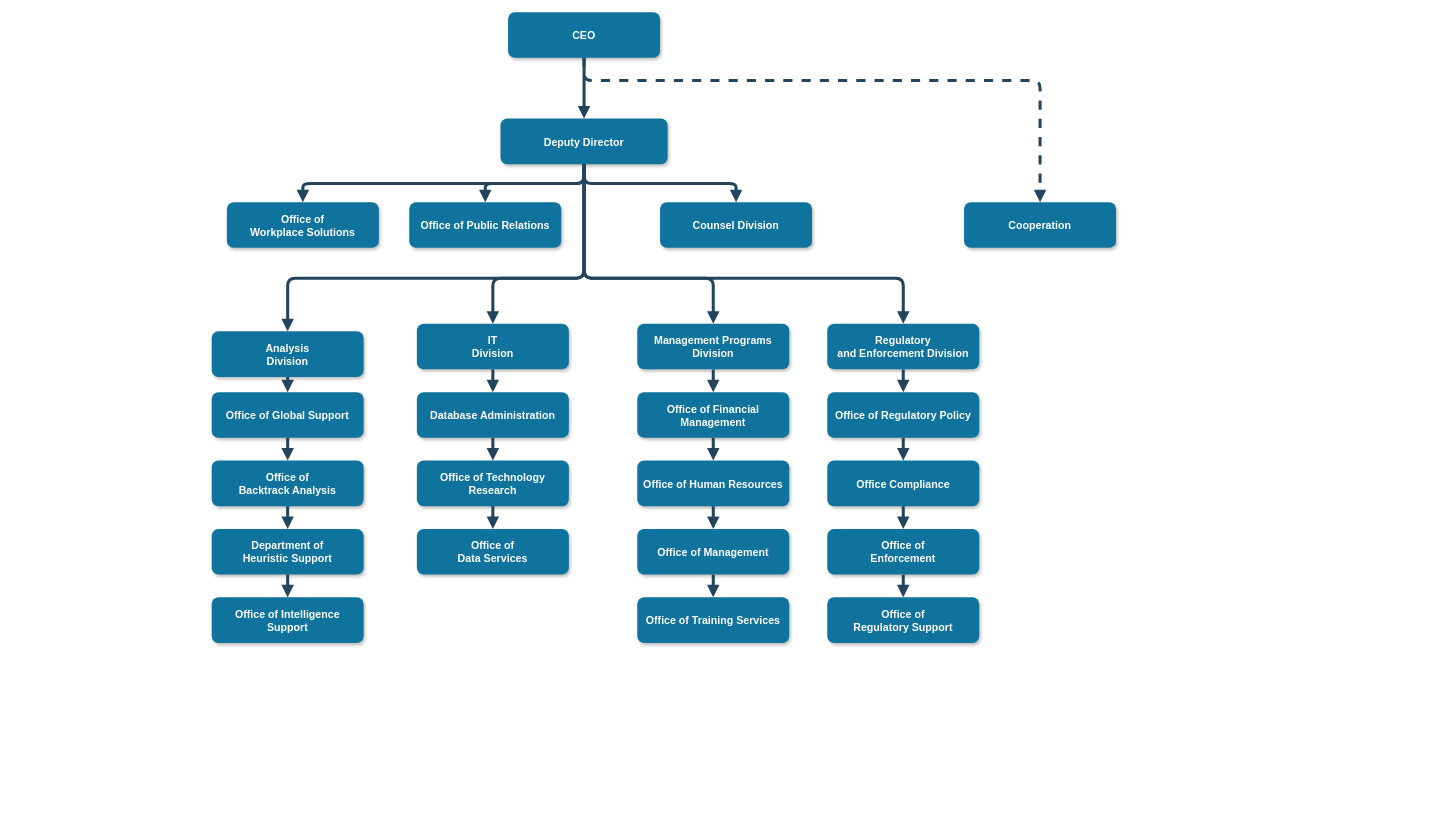
Earlier version of the draw.io diagram 题库pk小程序.drawio (jensen1404ai-bit/Draw.io). Source tidied: cells renumbered, new cells numbered last; positions are measured from the earlier drawing's top-left corner, leaving out a move shared by most shapes. Both pictures are drawn from the tidied source at 76%, with x=0, y=0 at pixel (211, 12).
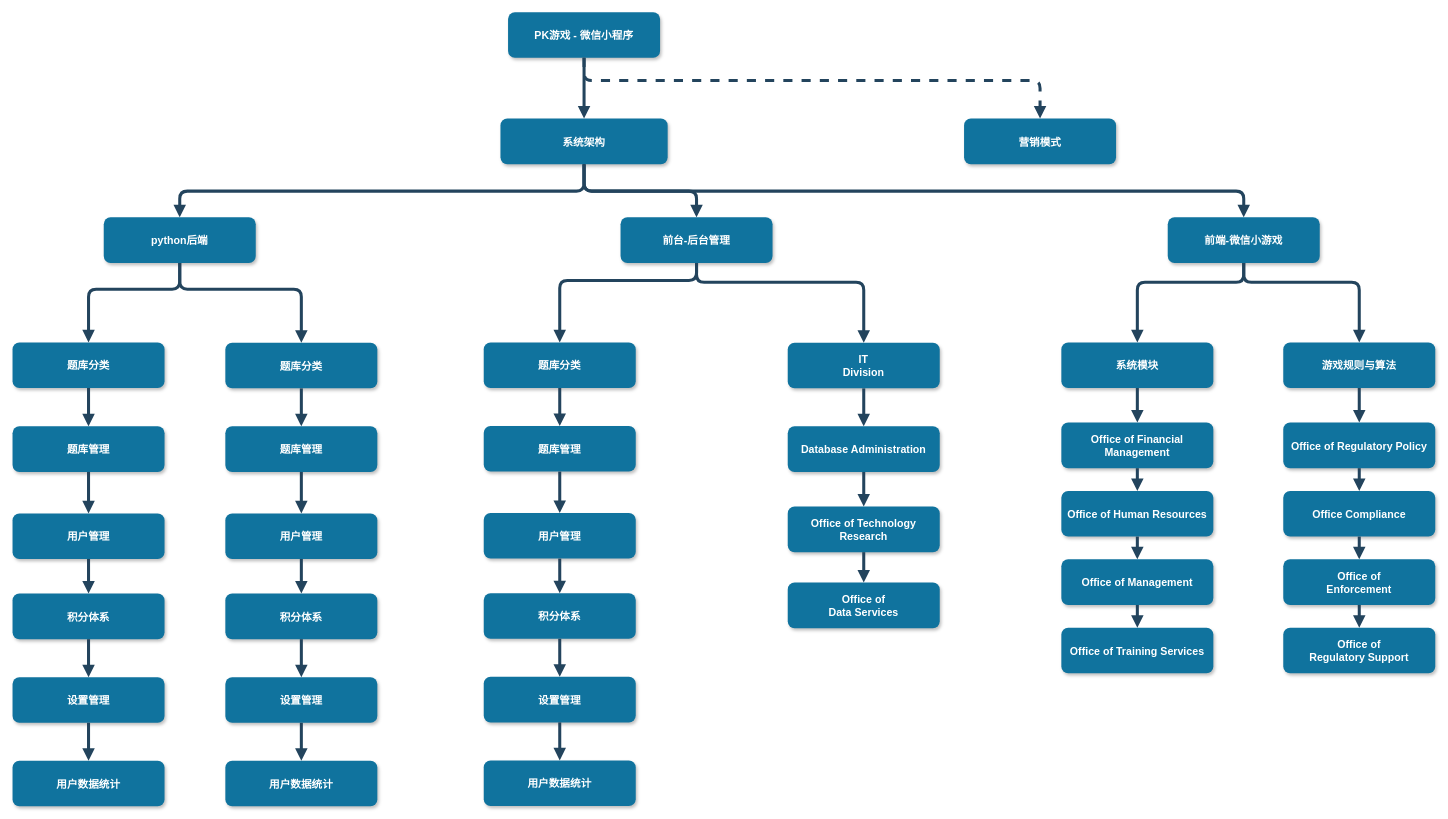
Above is the later version.

Commit message:
更新题库pk小程序.drawio

Change to the diagram source:
```diff
@@
-    <mxCell id="2" value="CEO" style="rounded=1;fillColor=#10739E;strokeColor=none;shadow=1;gradientColor=none;fontStyle=1;fontColor=#FFFFFF;fontSize=14;" parent="1" vertex="1">
+    <mxCell id="2" value="PK游戏 - 微信小程序" style="rounded=1;fillColor=#10739E;strokeColor=none;shadow=1;gradientColor=none;fontStyle=1;fontColor=#FFFFFF;fontSize=14;" parent="1" vertex="1">
       <mxGeometry x="390" y="-0.5" width="200" height="60" as="geometry" />
     </mxCell>
-    <mxCell id="3" value="Deputy Director" style="rounded=1;fillColor=#10739E;strokeColor=none;shadow=1;gradientColor=none;fontStyle=1;fontColor=#FFFFFF;fontSize=14;" parent="1" vertex="1">
+    <mxCell id="3" value="系统架构" style="rounded=1;fillColor=#10739E;strokeColor=none;shadow=1;gradientColor=none;fontStyle=1;fontColor=#FFFFFF;fontSize=14;" parent="1" vertex="1">
       <mxGeometry x="380" y="139.5" width="220" height="60" as="geometry" />
     </mxCell>
-    <mxCell id="4" value="Office of &#10;Workplace Solutions" style="rounded=1;fillColor=#10739E;strokeColor=none;shadow=1;gradientColor=none;fontStyle=1;fontColor=#FFFFFF;fontSize=14;" parent="1" vertex="1">
-      <mxGeometry x="20" y="249.5" width="200" height="60" as="geometry" />
+    <mxCell id="4" value="python后端" style="rounded=1;fillColor=#10739E;strokeColor=none;shadow=1;gradientColor=none;fontStyle=1;fontColor=#FFFFFF;fontSize=14;" parent="1" vertex="1">
+      <mxGeometry x="-142" y="269.5" width="200" height="60" as="geometry" />
     </mxCell>
-    <mxCell id="5" value="Office of Public Relations" style="rounded=1;fillColor=#10739E;strokeColor=none;shadow=1;gradientColor=none;fontStyle=1;fontColor=#FFFFFF;fontSize=14;" parent="1" vertex="1">
-      <mxGeometry x="260" y="249.5" width="200" height="60" as="geometry" />
+    <mxCell id="5" value="前台-后台管理" style="rounded=1;fillColor=#10739E;strokeColor=none;shadow=1;gradientColor=none;fontStyle=1;fontColor=#FFFFFF;fontSize=14;" parent="1" vertex="1">
+      <mxGeometry x="538" y="269.5" width="200" height="60" as="geometry" />
     </mxCell>
-    <mxCell id="6" value="Counsel Division" style="rounded=1;fillColor=#10739E;strokeColor=none;shadow=1;gradientColor=none;fontStyle=1;fontColor=#FFFFFF;fontSize=14;" parent="1" vertex="1">
-      <mxGeometry x="590" y="249.5" width="200" height="60" as="geometry" />
+    <mxCell id="6" value="前端-微信小游戏" style="rounded=1;fillColor=#10739E;strokeColor=none;shadow=1;gradientColor=none;fontStyle=1;fontColor=#FFFFFF;fontSize=14;" parent="1" vertex="1">
+      <mxGeometry x="1258" y="269.5" width="200" height="60" as="geometry" />
     </mxCell>
-    <mxCell id="7" value="Cooperation" style="rounded=1;fillColor=#10739E;strokeColor=none;shadow=1;gradientColor=none;fontStyle=1;fontColor=#FFFFFF;fontSize=14;" parent="1" vertex="1">
-      <mxGeometry x="990" y="249.5" width="200" height="60" as="geometry" />
+    <mxCell id="7" value="营销模式" style="rounded=1;fillColor=#10739E;strokeColor=none;shadow=1;gradientColor=none;fontStyle=1;fontColor=#FFFFFF;fontSize=14;" parent="1" vertex="1">
+      <mxGeometry x="990" y="139.5" width="200" height="60" as="geometry" />
     </mxCell>
-    <mxCell id="8" value="Analysis &#10;Division" style="rounded=1;fillColor=#10739E;strokeColor=none;shadow=1;gradientColor=none;fontStyle=1;fontColor=#FFFFFF;fontSize=14;" parent="1" vertex="1">
-      <mxGeometry y="419.5" width="200" height="60" as="geometry" />
+    <mxCell id="8" value="题库分类" style="rounded=1;fillColor=#10739E;strokeColor=none;shadow=1;gradientColor=none;fontStyle=1;fontColor=#FFFFFF;fontSize=14;" parent="1" vertex="1">
+      <mxGeometry x="-262" y="434" width="200" height="60" as="geometry" />
     </mxCell>
-    <mxCell id="9" value="Office of Global Support" style="rounded=1;fillColor=#10739E;strokeColor=none;shadow=1;gradientColor=none;fontStyle=1;fontColor=#FFFFFF;fontSize=14;" parent="1" vertex="1">
-      <mxGeometry y="499.5" width="200" height="60" as="geometry" />
+    <mxCell id="9" value="题库管理" style="rounded=1;fillColor=#10739E;strokeColor=none;shadow=1;gradientColor=none;fontStyle=1;fontColor=#FFFFFF;fontSize=14;" parent="1" vertex="1">
+      <mxGeometry x="-262" y="544.5" width="200" height="60" as="geometry" />
     </mxCell>
-    <mxCell id="10" value="Office of &#10;Backtrack Analysis" style="rounded=1;fillColor=#10739E;strokeColor=none;shadow=1;gradientColor=none;fontStyle=1;fontColor=#FFFFFF;fontSize=14;" parent="1" vertex="1">
-      <mxGeometry y="589.5" width="200" height="60" as="geometry" />
+    <mxCell id="10" value="用户管理" style="rounded=1;fillColor=#10739E;strokeColor=none;shadow=1;gradientColor=none;fontStyle=1;fontColor=#FFFFFF;fontSize=14;" parent="1" vertex="1">
+      <mxGeometry x="-262" y="659" width="200" height="60" as="geometry" />
     </mxCell>
-    <mxCell id="11" value="Department of &#10;Heuristic Support" style="rounded=1;fillColor=#10739E;strokeColor=none;shadow=1;gradientColor=none;fontStyle=1;fontColor=#FFFFFF;fontSize=14;" parent="1" vertex="1">
-      <mxGeometry y="679.5" width="200" height="60" as="geometry" />
+    <mxCell id="11" value="积分体系" style="rounded=1;fillColor=#10739E;strokeColor=none;shadow=1;gradientColor=none;fontStyle=1;fontColor=#FFFFFF;fontSize=14;" parent="1" vertex="1">
+      <mxGeometry x="-262" y="764.5" width="200" height="60" as="geometry" />
     </mxCell>
-    <mxCell id="12" value="Office of Intelligence &#10;Support" style="rounded=1;fillColor=#10739E;strokeColor=none;shadow=1;gradientColor=none;fontStyle=1;fontColor=#FFFFFF;fontSize=14;" parent="1" vertex="1">
-      <mxGeometry y="769.5" width="200" height="60" as="geometry" />
+    <mxCell id="12" value="设置管理" style="rounded=1;fillColor=#10739E;strokeColor=none;shadow=1;gradientColor=none;fontStyle=1;fontColor=#FFFFFF;fontSize=14;" parent="1" vertex="1">
+      <mxGeometry x="-262" y="874.5" width="200" height="60" as="geometry" />
     </mxCell>
     <mxCell id="13" value="IT&#10;Division" style="rounded=1;fillColor=#10739E;strokeColor=none;shadow=1;gradientColor=none;fontStyle=1;fontColor=#FFFFFF;fontSize=14;" parent="1" vertex="1">
-      <mxGeometry x="270" y="409.5" width="200" height="60" as="geometry" />
+      <mxGeometry x="758" y="434.5" width="200" height="60" as="geometry" />
     </mxCell>
     <mxCell id="14" value="Database Administration" style="rounded=1;fillColor=#10739E;strokeColor=none;shadow=1;gradientColor=none;fontStyle=1;fontColor=#FFFFFF;fontSize=14;" parent="1" vertex="1">
-      <mxGeometry x="270" y="499.5" width="200" height="60" as="geometry" />
+      <mxGeometry x="758" y="544.5" width="200" height="60" as="geometry" />
     </mxCell>
     <mxCell id="15" value="Office of Technology &#10;Research" style="rounded=1;fillColor=#10739E;strokeColor=none;shadow=1;gradientColor=none;fontStyle=1;fontColor=#FFFFFF;fontSize=14;" parent="1" vertex="1">
-      <mxGeometry x="270" y="589.5" width="200" height="60" as="geometry" />
+      <mxGeometry x="758" y="650" width="200" height="60" as="geometry" />
     </mxCell>
     <mxCell id="16" value="Office of&#10;Data Services" style="rounded=1;fillColor=#10739E;strokeColor=none;shadow=1;gradientColor=none;fontStyle=1;fontColor=#FFFFFF;fontSize=14;" parent="1" vertex="1">
-      <mxGeometry x="270" y="679.5" width="200" height="60" as="geometry" />
+      <mxGeometry x="758" y="750" width="200" height="60" as="geometry" />
     </mxCell>
-    <mxCell id="17" value="Management Programs &#10;Division" style="rounded=1;fillColor=#10739E;strokeColor=none;shadow=1;gradientColor=none;fontStyle=1;fontColor=#FFFFFF;fontSize=14;" parent="1" vertex="1">
-      <mxGeometry x="560" y="409.5" width="200" height="60" as="geometry" />
+    <mxCell id="17" value="系统模块" style="rounded=1;fillColor=#10739E;strokeColor=none;shadow=1;gradientColor=none;fontStyle=1;fontColor=#FFFFFF;fontSize=14;" parent="1" vertex="1">
+      <mxGeometry x="1118" y="434" width="200" height="60" as="geometry" />
     </mxCell>
     <mxCell id="18" value="Office of Financial &#10;Management" style="rounded=1;fillColor=#10739E;strokeColor=none;shadow=1;gradientColor=none;fontStyle=1;fontColor=#FFFFFF;fontSize=14;" parent="1" vertex="1">
-      <mxGeometry x="560" y="499.5" width="200" height="60" as="geometry" />
+      <mxGeometry x="1118" y="539.5" width="200" height="60" as="geometry" />
     </mxCell>
     <mxCell id="19" value="Office of Human Resources" style="rounded=1;fillColor=#10739E;strokeColor=none;shadow=1;gradientColor=none;fontStyle=1;fontColor=#FFFFFF;fontSize=14;" parent="1" vertex="1">
-      <mxGeometry x="560" y="589.5" width="200" height="60" as="geometry" />
+      <mxGeometry x="1118" y="629.5" width="200" height="60" as="geometry" />
     </mxCell>
     <mxCell id="20" value="Office of Management " style="rounded=1;fillColor=#10739E;strokeColor=none;shadow=1;gradientColor=none;fontStyle=1;fontColor=#FFFFFF;fontSize=14;" parent="1" vertex="1">
-      <mxGeometry x="560" y="679.5" width="200" height="60" as="geometry" />
+      <mxGeometry x="1118" y="719.5" width="200" height="60" as="geometry" />
     </mxCell>
     <mxCell id="21" value="Office of Training Services" style="rounded=1;fillColor=#10739E;strokeColor=none;shadow=1;gradientColor=none;fontStyle=1;fontColor=#FFFFFF;fontSize=14;" parent="1" vertex="1">
-      <mxGeometry x="560" y="769.5" width="200" height="60" as="geometry" />
+      <mxGeometry x="1118" y="809.5" width="200" height="60" as="geometry" />
     </mxCell>
-    <mxCell id="22" value="Regulatory &#10;and Enforcement Division" style="rounded=1;fillColor=#10739E;strokeColor=none;shadow=1;gradientColor=none;fontStyle=1;fontColor=#FFFFFF;fontSize=14;" parent="1" vertex="1">
-      <mxGeometry x="810" y="409.5" width="200" height="60" as="geometry" />
+    <mxCell id="22" value="游戏规则与算法" style="rounded=1;fillColor=#10739E;strokeColor=none;shadow=1;gradientColor=none;fontStyle=1;fontColor=#FFFFFF;fontSize=14;" parent="1" vertex="1">
+      <mxGeometry x="1410" y="434" width="200" height="60" as="geometry" />
     </mxCell>
     <mxCell id="23" value="Office of Regulatory Policy" style="rounded=1;fillColor=#10739E;strokeColor=none;shadow=1;gradientColor=none;fontStyle=1;fontColor=#FFFFFF;fontSize=14;" parent="1" vertex="1">
-      <mxGeometry x="810" y="499.5" width="200" height="60" as="geometry" />
+      <mxGeometry x="1410" y="539.5" width="200" height="60" as="geometry" />
     </mxCell>
     <mxCell id="24" value="Office Compliance" style="rounded=1;fillColor=#10739E;strokeColor=none;shadow=1;gradientColor=none;fontStyle=1;fontColor=#FFFFFF;fontSize=14;" parent="1" vertex="1">
-      <mxGeometry x="810" y="589.5" width="200" height="60" as="geometry" />
+      <mxGeometry x="1410" y="629.5" width="200" height="60" as="geometry" />
     </mxCell>
     <mxCell id="25" value="Office of &#10;Enforcement" style="rounded=1;fillColor=#10739E;strokeColor=none;shadow=1;gradientColor=none;fontStyle=1;fontColor=#FFFFFF;fontSize=14;" parent="1" vertex="1">
-      <mxGeometry x="810" y="679.5" width="200" height="60" as="geometry" />
+      <mxGeometry x="1410" y="719.5" width="200" height="60" as="geometry" />
     </mxCell>
     <mxCell id="26" value="Office of&#10; Regulatory Support" style="rounded=1;fillColor=#10739E;strokeColor=none;shadow=1;gradientColor=none;fontStyle=1;fontColor=#FFFFFF;fontSize=14;" parent="1" vertex="1">
-      <mxGeometry x="810" y="769.5" width="200" height="60" as="geometry" />
+      <mxGeometry x="1410" y="809.5" width="200" height="60" as="geometry" />
     </mxCell>
@@
-    <mxCell id="32" style="edgeStyle=elbowEdgeStyle;elbow=vertical;strokeWidth=4;endArrow=block;endFill=1;fontStyle=1;strokeColor=#23445D;" parent="1" edge="1" source="3" target="8">
+    <mxCell id="32" style="edgeStyle=elbowEdgeStyle;elbow=vertical;strokeWidth=4;endArrow=block;endFill=1;fontStyle=1;strokeColor=#23445D;exitX=0.5;exitY=1;exitDx=0;exitDy=0;entryX=0.5;entryY=0;entryDx=0;entryDy=0;" parent="1" edge="1" source="4" target="8">
       <mxGeometry x="22" y="165.5" as="geometry">
         <Array as="points">
-          <mxPoint x="270" y="349.5" />
+          <mxPoint x="-102" y="364" />
         </Array>
       </mxGeometry>
     </mxCell>
-    <mxCell id="33" style="edgeStyle=elbowEdgeStyle;elbow=vertical;strokeWidth=4;endArrow=block;endFill=1;fontStyle=1;strokeColor=#23445D;" parent="1" edge="1" source="3" target="22">
+    <mxCell id="33" style="edgeStyle=elbowEdgeStyle;elbow=vertical;strokeWidth=4;endArrow=block;endFill=1;fontStyle=1;strokeColor=#23445D;exitX=0.5;exitY=1;exitDx=0;exitDy=0;" parent="1" edge="1" source="6" target="22">
       <mxGeometry x="22" y="165.5" as="geometry">
         <Array as="points">
-          <mxPoint x="690" y="349.5" />
+          <mxPoint x="1290" y="355" />
         </Array>
       </mxGeometry>
     </mxCell>
@@
-    <mxCell id="49" style="edgeStyle=elbowEdgeStyle;elbow=vertical;strokeWidth=4;endArrow=block;endFill=1;fontStyle=1;strokeColor=#23445D;" parent="1" edge="1" source="3" target="13">
+    <mxCell id="49" style="edgeStyle=elbowEdgeStyle;elbow=vertical;strokeWidth=4;endArrow=block;endFill=1;fontStyle=1;strokeColor=#23445D;exitX=0.5;exitY=1;exitDx=0;exitDy=0;entryX=0.5;entryY=0;entryDx=0;entryDy=0;" parent="1" edge="1" source="5" target="13">
       <mxGeometry x="22" y="165.5" as="geometry">
         <Array as="points">
-          <mxPoint x="370" y="349.5" />
+          <mxPoint x="828" y="355" />
         </Array>
       </mxGeometry>
     </mxCell>
-    <mxCell id="50" style="edgeStyle=elbowEdgeStyle;elbow=vertical;strokeWidth=4;endArrow=block;endFill=1;fontStyle=1;strokeColor=#23445D;" parent="1" edge="1" source="3" target="17">
+    <mxCell id="50" style="edgeStyle=elbowEdgeStyle;elbow=vertical;strokeWidth=4;endArrow=block;endFill=1;fontStyle=1;strokeColor=#23445D;exitX=0.5;exitY=1;exitDx=0;exitDy=0;entryX=0.5;entryY=0;entryDx=0;entryDy=0;" parent="1" edge="1" source="6" target="17">
       <mxGeometry x="22" y="165.5" as="geometry">
         <Array as="points">
-          <mxPoint x="660" y="349.5" />
+          <mxPoint x="1260" y="355" />
         </Array>
       </mxGeometry>
     </mxCell>
+    <mxCell id="51" value="用户数据统计" style="rounded=1;fillColor=#10739E;strokeColor=none;shadow=1;gradientColor=none;fontStyle=1;fontColor=#FFFFFF;fontSize=14;" parent="1" vertex="1">
+      <mxGeometry x="-262" y="984.5" width="200" height="60" as="geometry" />
+    </mxCell>
+    <mxCell id="52" style="edgeStyle=elbowEdgeStyle;elbow=vertical;strokeWidth=4;endArrow=block;endFill=1;fontStyle=1;strokeColor=#23445D;exitX=0.5;exitY=1;exitDx=0;exitDy=0;" parent="1" edge="1" source="12" target="51">
+      <mxGeometry x="62" y="195.5" as="geometry" />
+    </mxCell>
+    <mxCell id="53" value="题库分类" style="rounded=1;fillColor=#10739E;strokeColor=none;shadow=1;gradientColor=none;fontStyle=1;fontColor=#FFFFFF;fontSize=14;" parent="1" vertex="1">
+      <mxGeometry x="18" y="434.5" width="200" height="60" as="geometry" />
+    </mxCell>
+    <mxCell id="54" value="题库管理" style="rounded=1;fillColor=#10739E;strokeColor=none;shadow=1;gradientColor=none;fontStyle=1;fontColor=#FFFFFF;fontSize=14;" parent="1" vertex="1">
+      <mxGeometry x="18" y="544.5" width="200" height="60" as="geometry" />
+    </mxCell>
+    <mxCell id="55" value="用户管理" style="rounded=1;fillColor=#10739E;strokeColor=none;shadow=1;gradientColor=none;fontStyle=1;fontColor=#FFFFFF;fontSize=14;" parent="1" vertex="1">
+      <mxGeometry x="18" y="659" width="200" height="60" as="geometry" />
+    </mxCell>
+    <mxCell id="56" value="积分体系" style="rounded=1;fillColor=#10739E;strokeColor=none;shadow=1;gradientColor=none;fontStyle=1;fontColor=#FFFFFF;fontSize=14;" parent="1" vertex="1">
+      <mxGeometry x="18" y="764.5" width="200" height="60" as="geometry" />
+    </mxCell>
+    <mxCell id="57" value="设置管理" style="rounded=1;fillColor=#10739E;strokeColor=none;shadow=1;gradientColor=none;fontStyle=1;fontColor=#FFFFFF;fontSize=14;" parent="1" vertex="1">
+      <mxGeometry x="18" y="874.5" width="200" height="60" as="geometry" />
+    </mxCell>
+    <mxCell id="58" style="edgeStyle=elbowEdgeStyle;elbow=vertical;strokeWidth=4;endArrow=block;endFill=1;fontStyle=1;strokeColor=#23445D;" parent="1" edge="1" source="53" target="54">
+      <mxGeometry x="62" y="165.5" as="geometry" />
+    </mxCell>
+    <mxCell id="59" style="edgeStyle=elbowEdgeStyle;elbow=vertical;strokeWidth=4;endArrow=block;endFill=1;fontStyle=1;strokeColor=#23445D;" parent="1" edge="1" source="54" target="55">
+      <mxGeometry x="62" y="175.5" as="geometry" />
+    </mxCell>
+    <mxCell id="60" style="edgeStyle=elbowEdgeStyle;elbow=vertical;strokeWidth=4;endArrow=block;endFill=1;fontStyle=1;strokeColor=#23445D;" parent="1" edge="1" source="55" target="56">
+      <mxGeometry x="62" y="185.5" as="geometry" />
+    </mxCell>
+    <mxCell id="61" style="edgeStyle=elbowEdgeStyle;elbow=vertical;strokeWidth=4;endArrow=block;endFill=1;fontStyle=1;strokeColor=#23445D;" parent="1" edge="1" source="56" target="57">
+      <mxGeometry x="62" y="195.5" as="geometry" />
+    </mxCell>
+    <mxCell id="62" value="用户数据统计" style="rounded=1;fillColor=#10739E;strokeColor=none;shadow=1;gradientColor=none;fontStyle=1;fontColor=#FFFFFF;fontSize=14;" parent="1" vertex="1">
+      <mxGeometry x="18" y="984.5" width="200" height="60" as="geometry" />
+    </mxCell>
+    <mxCell id="63" style="edgeStyle=elbowEdgeStyle;elbow=vertical;strokeWidth=4;endArrow=block;endFill=1;fontStyle=1;strokeColor=#23445D;exitX=0.5;exitY=1;exitDx=0;exitDy=0;" parent="1" edge="1" source="57" target="62">
+      <mxGeometry x="62" y="195.5" as="geometry" />
+    </mxCell>
+    <mxCell id="64" style="edgeStyle=elbowEdgeStyle;elbow=vertical;strokeWidth=4;endArrow=block;endFill=1;fontStyle=1;strokeColor=#23445D;exitX=0.5;exitY=1;exitDx=0;exitDy=0;entryX=0.5;entryY=0;entryDx=0;entryDy=0;" parent="1" edge="1" source="4" target="53">
+      <mxGeometry x="62" y="165.5" as="geometry">
+        <Array as="points">
+          <mxPoint x="38" y="364" />
+        </Array>
+      </mxGeometry>
+    </mxCell>
+    <mxCell id="65" value="题库分类" style="rounded=1;fillColor=#10739E;strokeColor=none;shadow=1;gradientColor=none;fontStyle=1;fontColor=#FFFFFF;fontSize=14;" parent="1" vertex="1">
+      <mxGeometry x="358" y="434" width="200" height="60" as="geometry" />
+    </mxCell>
+    <mxCell id="66" value="题库管理" style="rounded=1;fillColor=#10739E;strokeColor=none;shadow=1;gradientColor=none;fontStyle=1;fontColor=#FFFFFF;fontSize=14;" parent="1" vertex="1">
+      <mxGeometry x="358" y="544" width="200" height="60" as="geometry" />
+    </mxCell>
+    <mxCell id="67" value="用户管理" style="rounded=1;fillColor=#10739E;strokeColor=none;shadow=1;gradientColor=none;fontStyle=1;fontColor=#FFFFFF;fontSize=14;" parent="1" vertex="1">
+      <mxGeometry x="358" y="658.5" width="200" height="60" as="geometry" />
+    </mxCell>
+    <mxCell id="68" value="积分体系" style="rounded=1;fillColor=#10739E;strokeColor=none;shadow=1;gradientColor=none;fontStyle=1;fontColor=#FFFFFF;fontSize=14;" parent="1" vertex="1">
+      <mxGeometry x="358" y="764" width="200" height="60" as="geometry" />
+    </mxCell>
+    <mxCell id="69" value="设置管理" style="rounded=1;fillColor=#10739E;strokeColor=none;shadow=1;gradientColor=none;fontStyle=1;fontColor=#FFFFFF;fontSize=14;" parent="1" vertex="1">
+      <mxGeometry x="358" y="874" width="200" height="60" as="geometry" />
+    </mxCell>
+    <mxCell id="70" style="edgeStyle=elbowEdgeStyle;elbow=vertical;strokeWidth=4;endArrow=block;endFill=1;fontStyle=1;strokeColor=#23445D;" parent="1" edge="1" source="65" target="66">
+      <mxGeometry x="62" y="165.5" as="geometry" />
+    </mxCell>
+    <mxCell id="71" style="edgeStyle=elbowEdgeStyle;elbow=vertical;strokeWidth=4;endArrow=block;endFill=1;fontStyle=1;strokeColor=#23445D;" parent="1" edge="1" source="66" target="67">
+      <mxGeometry x="62" y="175.5" as="geometry" />
+    </mxCell>
+    <mxCell id="72" style="edgeStyle=elbowEdgeStyle;elbow=vertical;strokeWidth=4;endArrow=block;endFill=1;fontStyle=1;strokeColor=#23445D;" parent="1" edge="1" source="67" target="68">
+      <mxGeometry x="62" y="185.5" as="geometry" />
+    </mxCell>
+    <mxCell id="73" style="edgeStyle=elbowEdgeStyle;elbow=vertical;strokeWidth=4;endArrow=block;endFill=1;fontStyle=1;strokeColor=#23445D;" parent="1" edge="1" source="68" target="69">
+      <mxGeometry x="62" y="195.5" as="geometry" />
+    </mxCell>
+    <mxCell id="74" value="用户数据统计" style="rounded=1;fillColor=#10739E;strokeColor=none;shadow=1;gradientColor=none;fontStyle=1;fontColor=#FFFFFF;fontSize=14;" parent="1" vertex="1">
+      <mxGeometry x="358" y="984" width="200" height="60" as="geometry" />
+    </mxCell>
+    <mxCell id="75" style="edgeStyle=elbowEdgeStyle;elbow=vertical;strokeWidth=4;endArrow=block;endFill=1;fontStyle=1;strokeColor=#23445D;exitX=0.5;exitY=1;exitDx=0;exitDy=0;" parent="1" edge="1" source="69" target="74">
+      <mxGeometry x="62" y="195.5" as="geometry" />
+    </mxCell>
+    <mxCell id="76" style="edgeStyle=elbowEdgeStyle;elbow=vertical;strokeWidth=4;endArrow=block;endFill=1;fontStyle=1;strokeColor=#23445D;entryX=0.5;entryY=0;entryDx=0;entryDy=0;exitX=0.5;exitY=1;exitDx=0;exitDy=0;" parent="1" edge="1" source="5" target="65">
+      <mxGeometry x="62" y="165.5" as="geometry">
+        <Array as="points">
+          <mxPoint x="378" y="352.5" />
+        </Array>
+      </mxGeometry>
+    </mxCell>
```
